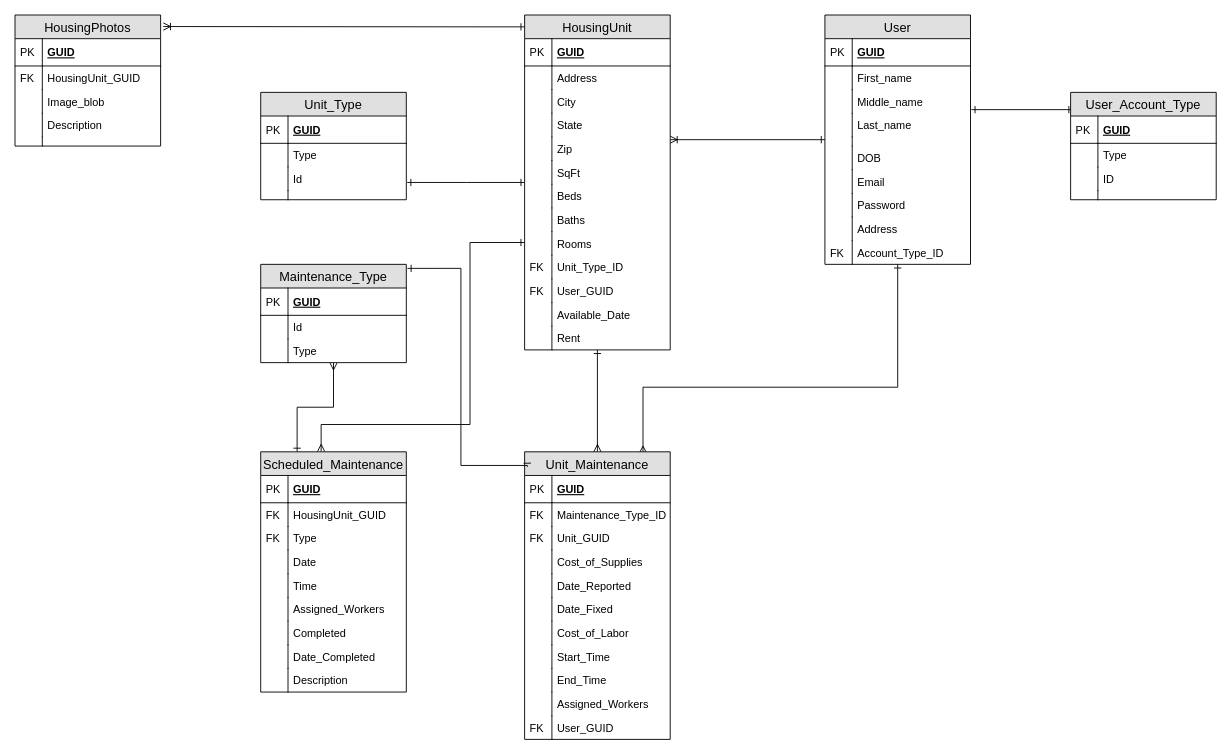
The draw.io diagram HomeManagement.drawio in MalcolmFord/HomeManagement, before the edit. Source tidied: cells renumbered, new cells numbered last; positions are measured from the earlier drawing's top-left corner, leaving out a move shared by most shapes. Both pictures are drawn from the tidied source at 91%, with x=0, y=0 at pixel (15, 15).
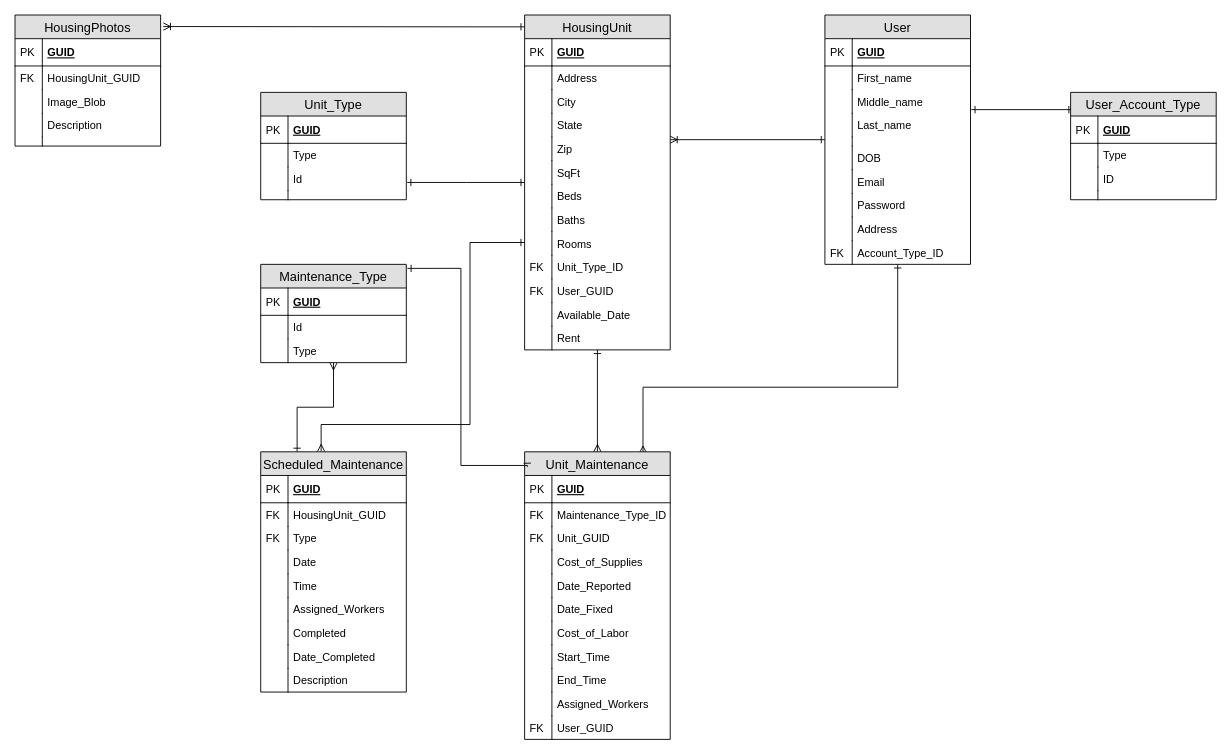
The same diagram, later.

The change refers to these unchanged cells:
```xml
<mxCell id="126" value="HousingPhotos" style="swimlane;fontStyle=0;horizontal=1;startSize=26;fillColor=#e0e0e0;swimlaneFillColor=#ffffff;align=center;fontSize=14;" parent="1" vertex="1">
  <mxGeometry width="160" height="144" as="geometry" />
</mxCell>
```

Change to the diagram source:
```diff
@@
-    <mxCell id="131" value="Image_blob" style="shape=partialRectangle;top=0;left=0;right=0;bottom=0;align=left;verticalAlign=top;fillColor=none;spacingLeft=34;spacingRight=4;overflow=hidden;fontSize=12;" parent="126" vertex="1">
+    <mxCell id="131" value="Image_Blob" style="shape=partialRectangle;top=0;left=0;right=0;bottom=0;align=left;verticalAlign=top;fillColor=none;spacingLeft=34;spacingRight=4;overflow=hidden;fontSize=12;" parent="126" vertex="1">
       <mxGeometry y="82" width="160" height="26" as="geometry" />
     </mxCell>
```
